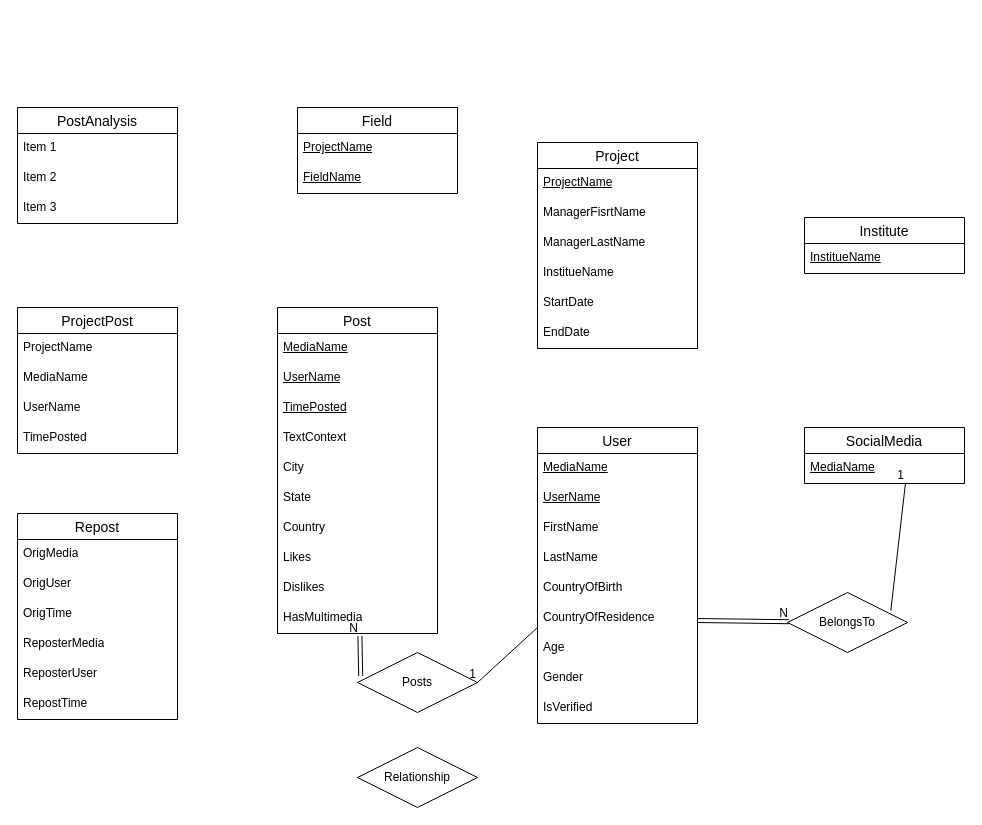
This is docs/images/social_media_er.drawio from b1akp1astik/social-media-analysis-db, a draw.io file, before an edit. Source tidied: cells renumbered, new cells numbered last; positions are measured from the earlier drawing's top-left corner, leaving out a move shared by most shapes. Both pictures are drawn from the tidied source at 100%, with x=0, y=0 at pixel (17, 107).
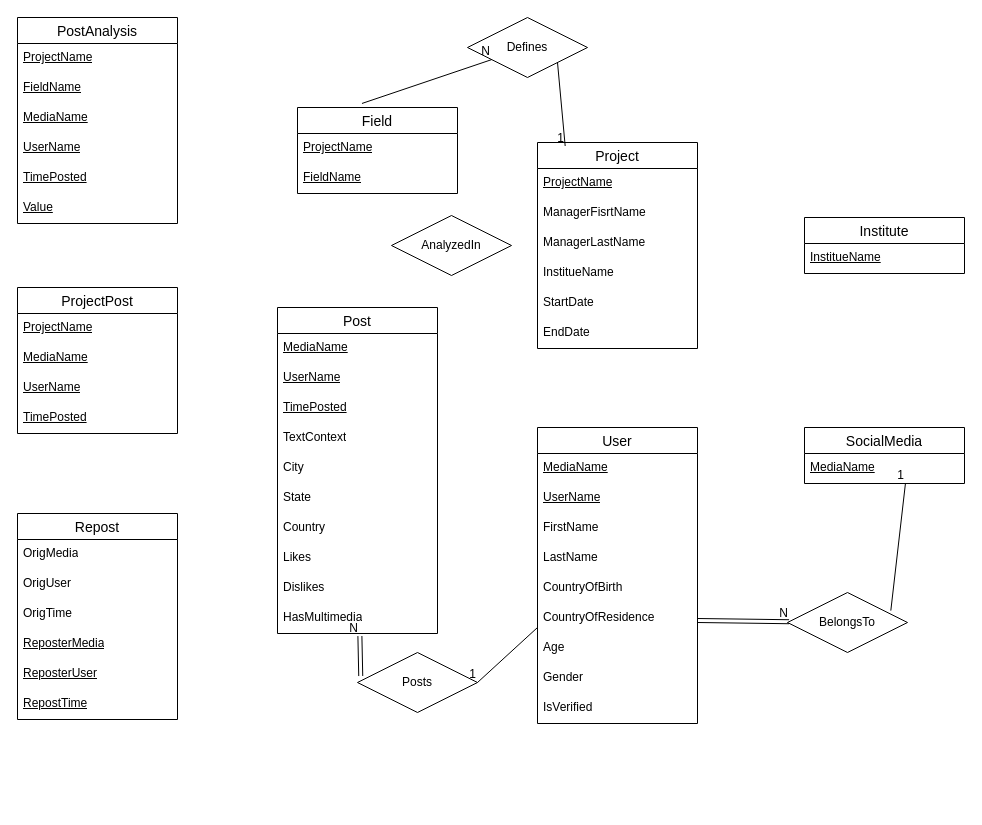
The same page after the edit.

Unchanged cells that the change refers to:
```xml
<mxCell id="17" value="Field" style="swimlane;fontStyle=0;horizontal=1;startSize=26;align=center;fontSize=14;" parent="1" vertex="1">
  <mxGeometry x="280" width="160" height="86" as="geometry" />
</mxCell>
<mxCell id="20" value="Repost" style="swimlane;fontStyle=0;horizontal=1;startSize=26;align=center;fontSize=14;" parent="1" vertex="1">
  <mxGeometry y="406" width="160" height="206" as="geometry" />
</mxCell>
<mxCell id="34" value="Project" style="swimlane;fontStyle=0;horizontal=1;startSize=26;align=center;fontSize=14;" parent="1" vertex="1">
  <mxGeometry x="520" y="35" width="160" height="206" as="geometry" />
</mxCell>
```

What changed in the source:
```diff
@@
     <mxCell id="13" value="PostAnalysis" style="swimlane;fontStyle=0;horizontal=1;startSize=26;align=center;fontSize=14;" parent="1" vertex="1">
-      <mxGeometry width="160" height="116" as="geometry" />
+      <mxGeometry y="-90" width="160" height="206" as="geometry" />
     </mxCell>
-    <mxCell id="14" value="Item 1" style="text;strokeColor=none;fillColor=none;spacingLeft=4;spacingRight=4;overflow=hidden;fontSize=12;whiteSpace=wrap;html=1;" parent="13" vertex="1">
+    <mxCell id="14" value="&lt;u&gt;ProjectName&lt;/u&gt;" style="text;strokeColor=none;fillColor=none;spacingLeft=4;spacingRight=4;overflow=hidden;fontSize=12;whiteSpace=wrap;html=1;" parent="13" vertex="1">
       <mxGeometry y="26" width="160" height="30" as="geometry" />
     </mxCell>
-    <mxCell id="15" value="Item 2" style="text;strokeColor=none;fillColor=none;spacingLeft=4;spacingRight=4;overflow=hidden;fontSize=12;whiteSpace=wrap;html=1;" parent="13" vertex="1">
+    <mxCell id="15" value="&lt;u&gt;FieldName&lt;/u&gt;" style="text;strokeColor=none;fillColor=none;spacingLeft=4;spacingRight=4;overflow=hidden;fontSize=12;whiteSpace=wrap;html=1;" parent="13" vertex="1">
       <mxGeometry y="56" width="160" height="30" as="geometry" />
     </mxCell>
-    <mxCell id="16" value="Item 3" style="text;strokeColor=none;fillColor=none;spacingLeft=4;spacingRight=4;overflow=hidden;fontSize=12;whiteSpace=wrap;html=1;" parent="13" vertex="1">
+    <mxCell id="16" value="&lt;u&gt;MediaName&lt;/u&gt;" style="text;strokeColor=none;fillColor=none;spacingLeft=4;spacingRight=4;overflow=hidden;fontSize=12;whiteSpace=wrap;html=1;" parent="13" vertex="1">
       <mxGeometry y="86" width="160" height="30" as="geometry" />
     </mxCell>
+    <mxCell id="64" value="&lt;u&gt;UserName&lt;/u&gt;" style="text;strokeColor=none;fillColor=none;spacingLeft=4;spacingRight=4;overflow=hidden;fontSize=12;whiteSpace=wrap;html=1;" parent="13" vertex="1">
+      <mxGeometry y="116" width="160" height="30" as="geometry" />
+    </mxCell>
+    <mxCell id="65" value="&lt;u&gt;TimePosted&lt;/u&gt;" style="text;strokeColor=none;fillColor=none;spacingLeft=4;spacingRight=4;overflow=hidden;fontSize=12;whiteSpace=wrap;html=1;" parent="13" vertex="1">
+      <mxGeometry y="146" width="160" height="30" as="geometry" />
+    </mxCell>
+    <mxCell id="66" value="&lt;u&gt;Value&lt;/u&gt;" style="text;strokeColor=none;fillColor=none;spacingLeft=4;spacingRight=4;overflow=hidden;fontSize=12;whiteSpace=wrap;html=1;" parent="13" vertex="1">
+      <mxGeometry y="176" width="160" height="30" as="geometry" />
+    </mxCell>
@@
-    <mxCell id="24" value="ReposterMedia" style="text;strokeColor=none;fillColor=none;spacingLeft=4;spacingRight=4;overflow=hidden;fontSize=12;whiteSpace=wrap;html=1;" parent="20" vertex="1">
+    <mxCell id="24" value="&lt;u&gt;ReposterMedia&lt;/u&gt;" style="text;strokeColor=none;fillColor=none;spacingLeft=4;spacingRight=4;overflow=hidden;fontSize=12;whiteSpace=wrap;html=1;" parent="20" vertex="1">
       <mxGeometry y="116" width="160" height="30" as="geometry" />
     </mxCell>
-    <mxCell id="25" value="ReposterUser" style="text;strokeColor=none;fillColor=none;spacingLeft=4;spacingRight=4;overflow=hidden;fontSize=12;whiteSpace=wrap;html=1;" parent="20" vertex="1">
+    <mxCell id="25" value="&lt;u&gt;ReposterUser&lt;/u&gt;" style="text;strokeColor=none;fillColor=none;spacingLeft=4;spacingRight=4;overflow=hidden;fontSize=12;whiteSpace=wrap;html=1;" parent="20" vertex="1">
       <mxGeometry y="146" width="160" height="30" as="geometry" />
     </mxCell>
-    <mxCell id="26" value="RepostTime" style="text;strokeColor=none;fillColor=none;spacingLeft=4;spacingRight=4;overflow=hidden;fontSize=12;whiteSpace=wrap;html=1;" parent="20" vertex="1">
+    <mxCell id="26" value="&lt;u&gt;RepostTime&lt;/u&gt;" style="text;strokeColor=none;fillColor=none;spacingLeft=4;spacingRight=4;overflow=hidden;fontSize=12;whiteSpace=wrap;html=1;" parent="20" vertex="1">
       <mxGeometry y="176" width="160" height="30" as="geometry" />
     </mxCell>
     <mxCell id="27" value="ProjectPost" style="swimlane;fontStyle=0;horizontal=1;startSize=26;align=center;fontSize=14;" parent="1" vertex="1">
-      <mxGeometry y="200" width="160" height="146" as="geometry" />
+      <mxGeometry y="180" width="160" height="146" as="geometry" />
     </mxCell>
-    <mxCell id="28" value="ProjectName" style="text;strokeColor=none;fillColor=none;spacingLeft=4;spacingRight=4;overflow=hidden;fontSize=12;whiteSpace=wrap;html=1;" parent="27" vertex="1">
+    <mxCell id="28" value="&lt;u&gt;ProjectName&lt;/u&gt;" style="text;strokeColor=none;fillColor=none;spacingLeft=4;spacingRight=4;overflow=hidden;fontSize=12;whiteSpace=wrap;html=1;" parent="27" vertex="1">
       <mxGeometry y="26" width="160" height="30" as="geometry" />
     </mxCell>
-    <mxCell id="29" value="MediaName" style="text;strokeColor=none;fillColor=none;spacingLeft=4;spacingRight=4;overflow=hidden;fontSize=12;whiteSpace=wrap;html=1;" parent="27" vertex="1">
+    <mxCell id="29" value="&lt;u&gt;MediaName&lt;/u&gt;" style="text;strokeColor=none;fillColor=none;spacingLeft=4;spacingRight=4;overflow=hidden;fontSize=12;whiteSpace=wrap;html=1;" parent="27" vertex="1">
       <mxGeometry y="56" width="160" height="30" as="geometry" />
     </mxCell>
-    <mxCell id="30" value="UserName" style="text;strokeColor=none;fillColor=none;spacingLeft=4;spacingRight=4;overflow=hidden;fontSize=12;whiteSpace=wrap;html=1;" parent="27" vertex="1">
+    <mxCell id="30" value="&lt;u&gt;UserName&lt;/u&gt;" style="text;strokeColor=none;fillColor=none;spacingLeft=4;spacingRight=4;overflow=hidden;fontSize=12;whiteSpace=wrap;html=1;" parent="27" vertex="1">
       <mxGeometry y="86" width="160" height="30" as="geometry" />
     </mxCell>
-    <mxCell id="31" value="TimePosted" style="text;strokeColor=none;fillColor=none;spacingLeft=4;spacingRight=4;overflow=hidden;fontSize=12;whiteSpace=wrap;html=1;" parent="27" vertex="1">
+    <mxCell id="31" value="&lt;u&gt;TimePosted&lt;/u&gt;" style="text;strokeColor=none;fillColor=none;spacingLeft=4;spacingRight=4;overflow=hidden;fontSize=12;whiteSpace=wrap;html=1;" parent="27" vertex="1">
       <mxGeometry y="116" width="160" height="30" as="geometry" />
     </mxCell>
@@
-    <mxCell id="63" value="Relationship" style="shape=rhombus;perimeter=rhombusPerimeter;whiteSpace=wrap;html=1;align=center;" parent="1" vertex="1">
-      <mxGeometry x="340" y="640" width="120" height="60" as="geometry" />
+    <mxCell id="63" value="AnalyzedIn" style="shape=rhombus;perimeter=rhombusPerimeter;whiteSpace=wrap;html=1;align=center;" parent="1" vertex="1">
+      <mxGeometry x="374" y="108" width="120" height="60" as="geometry" />
     </mxCell>
+    <mxCell id="67" value="Defines" style="shape=rhombus;perimeter=rhombusPerimeter;whiteSpace=wrap;html=1;align=center;" parent="1" vertex="1">
+      <mxGeometry x="450" y="-90" width="120" height="60" as="geometry" />
+    </mxCell>
+    <mxCell id="68" style="endArrow=none;html=1;rounded=0;exitX=1;exitY=1;exitDx=0;exitDy=0;entryX=0.173;entryY=0.017;entryDx=0;entryDy=0;entryPerimeter=0;" parent="1" edge="1" source="67" target="34">
+      <mxGeometry relative="1" as="geometry" />
+    </mxCell>
+    <mxCell id="69" value="1" style="html=1;whiteSpace=wrap;align=right;verticalAlign=bottom;" parent="68" vertex="1">
+      <mxGeometry x="1" relative="1" as="geometry" />
+    </mxCell>
+    <mxCell id="70" style="endArrow=none;html=1;rounded=0;exitX=0.403;exitY=-0.047;exitDx=0;exitDy=0;exitPerimeter=0;" parent="1" edge="1" source="17" target="67">
+      <mxGeometry relative="1" as="geometry" />
+    </mxCell>
+    <mxCell id="71" value="N" style="html=1;whiteSpace=wrap;align=right;verticalAlign=bottom;" parent="70" vertex="1">
+      <mxGeometry x="1" relative="1" as="geometry" />
+    </mxCell>
```
